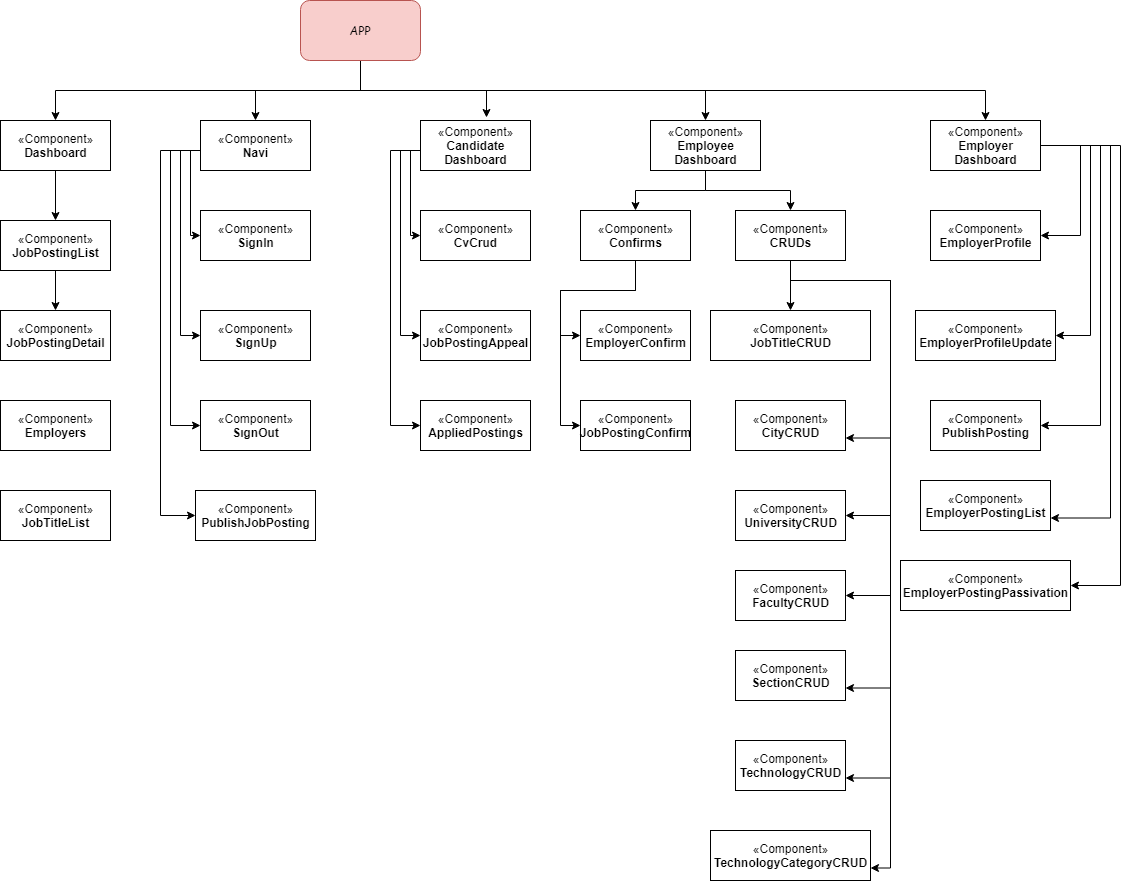
Above: hrms_react_components_diagram.png in cagatayalsancak/cagatayalsancak (draw.io), before the change. Source tidied: cells renumbered, new cells last; positions are measured from the earlier drawing's top-left corner, leaving out a move shared by most shapes.
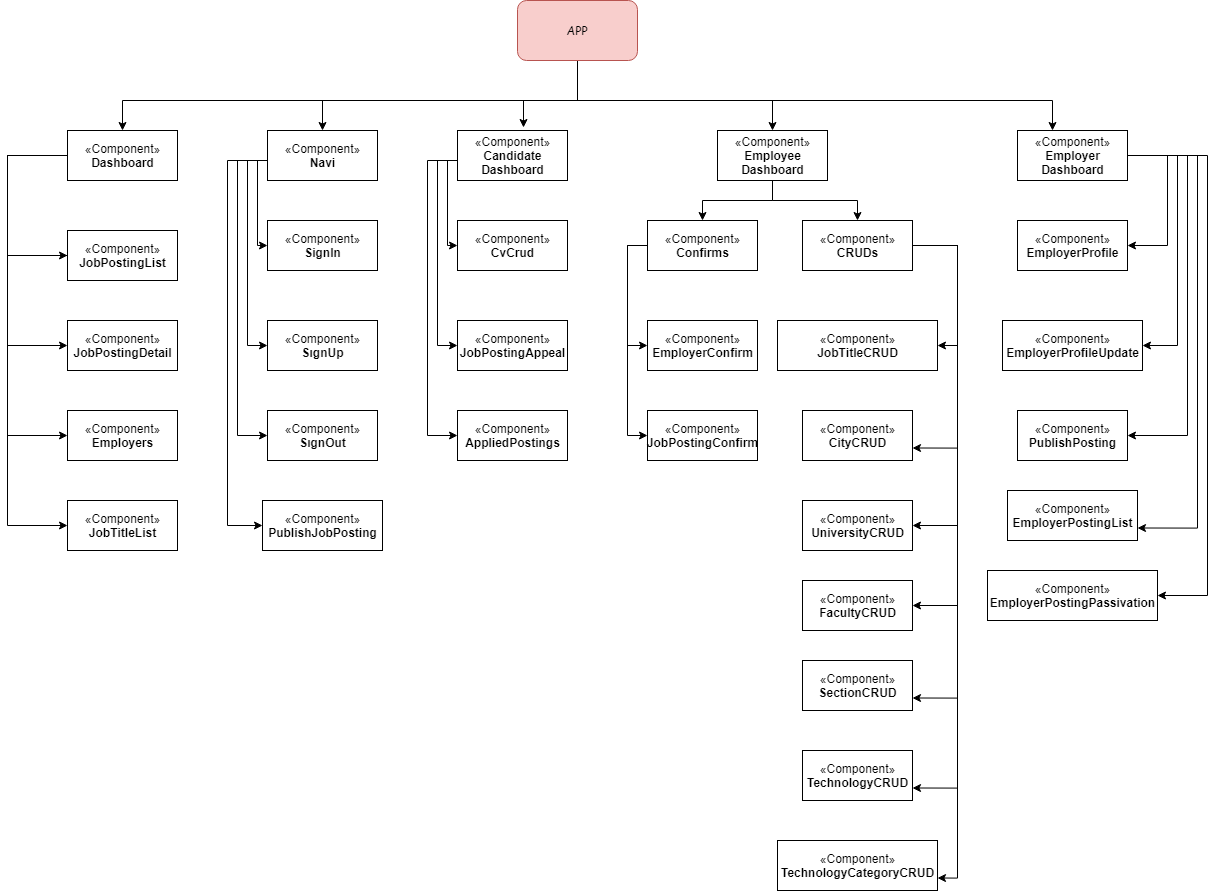
Above is the later version.

What changed in the source:
```diff
@@ -3,12 +3,17 @@
     <mxCell id="0" />
     <mxCell id="1" parent="0" />
     <mxCell id="2" style="edgeStyle=orthogonalEdgeStyle;rounded=0;jettySize=auto;html=1;entryX=0.5;entryY=0;entryDx=0;entryDy=0;" parent="1" edge="1" source="7" target="21">
-      <mxGeometry relative="1" as="geometry" />
+      <mxGeometry relative="1" as="geometry">
+        <Array as="points">
+          <mxPoint x="510" y="90" />
+          <mxPoint x="255" y="90" />
+        </Array>
+      </mxGeometry>
     </mxCell>
     <mxCell id="3" style="edgeStyle=orthogonalEdgeStyle;rounded=0;jettySize=auto;html=1;" parent="1" edge="1" source="7" target="9">
       <mxGeometry relative="1" as="geometry">
         <Array as="points">
-          <mxPoint x="360" y="90" />
+          <mxPoint x="510" y="90" />
           <mxPoint x="55" y="90" />
         </Array>
       </mxGeometry>
@@ -16,33 +21,59 @@
     <mxCell id="4" style="edgeStyle=orthogonalEdgeStyle;rounded=0;jettySize=auto;html=1;entryX=0.5;entryY=0;entryDx=0;entryDy=0;" parent="1" edge="1" source="7" target="14">
       <mxGeometry relative="1" as="geometry">
         <Array as="points">
-          <mxPoint x="360" y="90" />
+          <mxPoint x="510" y="90" />
           <mxPoint x="705" y="90" />
         </Array>
       </mxGeometry>
     </mxCell>
     <mxCell id="5" style="edgeStyle=orthogonalEdgeStyle;rounded=0;jettySize=auto;html=1;entryX=0.6;entryY=-0.06;entryDx=0;entryDy=0;entryPerimeter=0;" parent="1" edge="1" source="7" target="10">
-      <mxGeometry relative="1" as="geometry" />
+      <mxGeometry relative="1" as="geometry">
+        <Array as="points">
+          <mxPoint x="630" y="90" />
+          <mxPoint x="486" y="90" />
+        </Array>
+      </mxGeometry>
     </mxCell>
     <mxCell id="6" style="edgeStyle=orthogonalEdgeStyle;rounded=0;jettySize=auto;html=1;" parent="1" edge="1" source="7" target="52">
       <mxGeometry relative="1" as="geometry">
         <Array as="points">
-          <mxPoint x="360" y="90" />
+          <mxPoint x="510" y="90" />
           <mxPoint x="985" y="90" />
         </Array>
       </mxGeometry>
     </mxCell>
     <mxCell id="7" value="&lt;font face=&quot;Comic Sans MS&quot;&gt;APP&lt;/font&gt;" style="rounded=1;whiteSpace=wrap;html=1;fillColor=#f8cecc;strokeColor=#b85450;" parent="1" vertex="1">
-      <mxGeometry x="300" width="120" height="60" as="geometry" />
+      <mxGeometry x="450" y="-10" width="120" height="60" as="geometry" />
     </mxCell>
-    <mxCell id="8" style="edgeStyle=orthogonalEdgeStyle;rounded=0;jettySize=auto;html=1;entryX=0.5;entryY=0;entryDx=0;entryDy=0;" parent="1" edge="1" source="9" target="16">
-      <mxGeometry relative="1" as="geometry" />
+    <mxCell id="8" style="edgeStyle=orthogonalEdgeStyle;rounded=0;jettySize=auto;html=1;entryX=0;entryY=0.5;entryDx=0;entryDy=0;" parent="1" edge="1" source="9" target="16">
+      <mxGeometry relative="1" as="geometry">
+        <Array as="points">
+          <mxPoint x="-60" y="145" />
+          <mxPoint x="-60" y="245" />
+        </Array>
+      </mxGeometry>
     </mxCell>
+    <mxCell id="65" style="edgeStyle=orthogonalEdgeStyle;rounded=0;jettySize=auto;html=1;entryX=0;entryY=0.5;entryDx=0;entryDy=0;" parent="1" edge="1" source="9" target="23">
+      <mxGeometry relative="1" as="geometry">
+        <Array as="points">
+          <mxPoint x="-60" y="145" />
+          <mxPoint x="-60" y="425" />
+        </Array>
+      </mxGeometry>
+    </mxCell>
+    <mxCell id="66" style="edgeStyle=orthogonalEdgeStyle;rounded=0;jettySize=auto;html=1;entryX=0;entryY=0.5;entryDx=0;entryDy=0;" parent="1" edge="1" source="9" target="41">
+      <mxGeometry relative="1" as="geometry">
+        <Array as="points">
+          <mxPoint x="-60" y="145" />
+          <mxPoint x="-60" y="515" />
+        </Array>
+      </mxGeometry>
+    </mxCell>
     <mxCell id="9" value="«Component»&lt;br&gt;&lt;b&gt;Dashboard&lt;br&gt;&lt;/b&gt;" style="html=1;" parent="1" vertex="1">
       <mxGeometry y="120" width="110" height="50" as="geometry" />
     </mxCell>
     <mxCell id="10" value="«Component»&lt;br&gt;&lt;b&gt;Candidate&lt;br&gt;Dashboard&lt;br&gt;&lt;/b&gt;" style="html=1;" parent="1" vertex="1">
-      <mxGeometry x="420" y="120" width="110" height="50" as="geometry" />
+      <mxGeometry x="390" y="120" width="110" height="50" as="geometry" />
     </mxCell>
     <mxCell id="11" value="«Component»&lt;br&gt;&lt;b&gt;JobPostingDetail&lt;/b&gt;&lt;b&gt;&lt;br&gt;&lt;/b&gt;" style="html=1;" parent="1" vertex="1">
       <mxGeometry y="310" width="110" height="50" as="geometry" />
@@ -57,7 +88,12 @@
       <mxGeometry x="650" y="120" width="110" height="50" as="geometry" />
     </mxCell>
     <mxCell id="15" style="edgeStyle=orthogonalEdgeStyle;rounded=0;jettySize=auto;html=1;" parent="1" edge="1" source="16" target="11">
-      <mxGeometry relative="1" as="geometry" />
+      <mxGeometry relative="1" as="geometry">
+        <Array as="points">
+          <mxPoint x="-60" y="245" />
+          <mxPoint x="-60" y="335" />
+        </Array>
+      </mxGeometry>
     </mxCell>
     <mxCell id="16" value="«Component»&lt;br&gt;&lt;b&gt;JobPostingList&lt;br&gt;&lt;/b&gt;" style="html=1;" parent="1" vertex="1">
       <mxGeometry y="220" width="110" height="50" as="geometry" />
@@ -109,14 +145,18 @@
     <mxCell id="25" value="«Component»&lt;br&gt;&lt;b&gt;SıgnUp&lt;br&gt;&lt;/b&gt;" style="html=1;" parent="1" vertex="1">
       <mxGeometry x="200" y="310" width="110" height="50" as="geometry" />
     </mxCell>
-    <mxCell id="26" style="edgeStyle=orthogonalEdgeStyle;rounded=0;jettySize=auto;html=1;entryX=0.5;entryY=0;entryDx=0;entryDy=0;" parent="1" edge="1" source="33" target="61">
-      <mxGeometry relative="1" as="geometry" />
+    <mxCell id="26" style="edgeStyle=orthogonalEdgeStyle;rounded=0;jettySize=auto;html=1;entryX=1;entryY=0.5;entryDx=0;entryDy=0;" parent="1" edge="1" source="33" target="61">
+      <mxGeometry relative="1" as="geometry">
+        <Array as="points">
+          <mxPoint x="890" y="235" />
+          <mxPoint x="890" y="335" />
+        </Array>
+      </mxGeometry>
     </mxCell>
     <mxCell id="27" style="edgeStyle=orthogonalEdgeStyle;rounded=0;jettySize=auto;html=1;entryX=1;entryY=0.75;entryDx=0;entryDy=0;" parent="1" edge="1" source="33" target="44">
       <mxGeometry relative="1" as="geometry">
         <Array as="points">
-          <mxPoint x="790" y="280" />
-          <mxPoint x="890" y="280" />
+          <mxPoint x="890" y="235" />
           <mxPoint x="890" y="438" />
         </Array>
       </mxGeometry>
@@ -124,8 +164,7 @@
     <mxCell id="28" style="edgeStyle=orthogonalEdgeStyle;rounded=0;jettySize=auto;html=1;entryX=1;entryY=0.5;entryDx=0;entryDy=0;" parent="1" edge="1" source="33" target="43">
       <mxGeometry relative="1" as="geometry">
         <Array as="points">
-          <mxPoint x="790" y="280" />
-          <mxPoint x="890" y="280" />
+          <mxPoint x="890" y="235" />
           <mxPoint x="890" y="515" />
         </Array>
       </mxGeometry>
@@ -133,8 +172,7 @@
     <mxCell id="29" style="edgeStyle=orthogonalEdgeStyle;rounded=0;jettySize=auto;html=1;entryX=1;entryY=0.5;entryDx=0;entryDy=0;" parent="1" edge="1" source="33" target="40">
       <mxGeometry relative="1" as="geometry">
         <Array as="points">
-          <mxPoint x="790" y="280" />
-          <mxPoint x="890" y="280" />
+          <mxPoint x="890" y="235" />
           <mxPoint x="890" y="595" />
         </Array>
       </mxGeometry>
@@ -142,8 +180,7 @@
     <mxCell id="30" style="edgeStyle=orthogonalEdgeStyle;rounded=0;jettySize=auto;html=1;entryX=1;entryY=0.75;entryDx=0;entryDy=0;" parent="1" edge="1" source="33" target="53">
       <mxGeometry relative="1" as="geometry">
         <Array as="points">
-          <mxPoint x="790" y="280" />
-          <mxPoint x="890" y="280" />
+          <mxPoint x="890" y="235" />
           <mxPoint x="890" y="688" />
         </Array>
       </mxGeometry>
@@ -151,8 +188,7 @@
     <mxCell id="31" style="edgeStyle=orthogonalEdgeStyle;rounded=0;jettySize=auto;html=1;entryX=1;entryY=0.75;entryDx=0;entryDy=0;" parent="1" edge="1" source="33" target="54">
       <mxGeometry relative="1" as="geometry">
         <Array as="points">
-          <mxPoint x="790" y="280" />
-          <mxPoint x="890" y="280" />
+          <mxPoint x="890" y="235" />
           <mxPoint x="890" y="778" />
         </Array>
       </mxGeometry>
@@ -160,8 +196,7 @@
     <mxCell id="32" style="edgeStyle=orthogonalEdgeStyle;rounded=0;jettySize=auto;html=1;entryX=1;entryY=0.75;entryDx=0;entryDy=0;" parent="1" edge="1" source="33" target="55">
       <mxGeometry relative="1" as="geometry">
         <Array as="points">
-          <mxPoint x="790" y="280" />
-          <mxPoint x="890" y="280" />
+          <mxPoint x="890" y="235" />
           <mxPoint x="890" y="868" />
         </Array>
       </mxGeometry>
@@ -172,8 +207,7 @@
     <mxCell id="34" style="edgeStyle=orthogonalEdgeStyle;rounded=0;jettySize=auto;html=1;entryX=0;entryY=0.5;entryDx=0;entryDy=0;" parent="1" edge="1" source="36" target="46">
       <mxGeometry relative="1" as="geometry">
         <Array as="points">
-          <mxPoint x="635" y="290" />
-          <mxPoint x="560" y="290" />
+          <mxPoint x="560" y="235" />
           <mxPoint x="560" y="335" />
         </Array>
       </mxGeometry>
@@ -181,8 +215,7 @@
     <mxCell id="35" style="edgeStyle=orthogonalEdgeStyle;rounded=0;jettySize=auto;html=1;entryX=0;entryY=0.5;entryDx=0;entryDy=0;" parent="1" edge="1" source="36" target="45">
       <mxGeometry relative="1" as="geometry">
         <Array as="points">
-          <mxPoint x="635" y="290" />
-          <mxPoint x="560" y="290" />
+          <mxPoint x="560" y="235" />
           <mxPoint x="560" y="425" />
         </Array>
       </mxGeometry>
@@ -191,13 +224,13 @@
       <mxGeometry x="580" y="210" width="110" height="50" as="geometry" />
     </mxCell>
     <mxCell id="37" value="«Component»&lt;br&gt;&lt;b&gt;AppliedPostings&lt;br&gt;&lt;/b&gt;" style="html=1;" parent="1" vertex="1">
-      <mxGeometry x="420" y="400" width="110" height="50" as="geometry" />
+      <mxGeometry x="390" y="400" width="110" height="50" as="geometry" />
     </mxCell>
     <mxCell id="38" value="«Component»&lt;br&gt;&lt;b&gt;JobPostingAppeal&lt;br&gt;&lt;/b&gt;" style="html=1;" parent="1" vertex="1">
-      <mxGeometry x="420" y="310" width="110" height="50" as="geometry" />
+      <mxGeometry x="390" y="310" width="110" height="50" as="geometry" />
     </mxCell>
     <mxCell id="39" value="«Component»&lt;br&gt;&lt;b&gt;CvCrud&lt;br&gt;&lt;/b&gt;" style="html=1;" parent="1" vertex="1">
-      <mxGeometry x="420" y="210" width="110" height="50" as="geometry" />
+      <mxGeometry x="390" y="210" width="110" height="50" as="geometry" />
     </mxCell>
     <mxCell id="40" value="«Component»&lt;br&gt;&lt;b&gt;FacultyCRUD&lt;br&gt;&lt;/b&gt;" style="html=1;" parent="1" vertex="1">
       <mxGeometry x="735" y="570" width="110" height="50" as="geometry" />
@@ -223,45 +256,45 @@
     <mxCell id="47" style="edgeStyle=orthogonalEdgeStyle;rounded=0;jettySize=auto;html=1;exitX=1;exitY=0.5;exitDx=0;exitDy=0;entryX=1;entryY=0.5;entryDx=0;entryDy=0;" parent="1" edge="1" source="52" target="56">
       <mxGeometry relative="1" as="geometry">
         <Array as="points">
-          <mxPoint x="1100" y="145" />
-          <mxPoint x="1100" y="425" />
+          <mxPoint x="1120" y="145" />
+          <mxPoint x="1120" y="425" />
         </Array>
       </mxGeometry>
     </mxCell>
     <mxCell id="48" style="edgeStyle=orthogonalEdgeStyle;rounded=0;jettySize=auto;html=1;entryX=1;entryY=0.75;entryDx=0;entryDy=0;" parent="1" edge="1" source="52" target="59">
       <mxGeometry relative="1" as="geometry">
         <Array as="points">
-          <mxPoint x="1110" y="145" />
-          <mxPoint x="1110" y="518" />
+          <mxPoint x="1130" y="145" />
+          <mxPoint x="1130" y="518" />
         </Array>
       </mxGeometry>
     </mxCell>
     <mxCell id="49" style="edgeStyle=orthogonalEdgeStyle;rounded=0;jettySize=auto;html=1;entryX=1;entryY=0.5;entryDx=0;entryDy=0;" parent="1" edge="1" source="52" target="58">
       <mxGeometry relative="1" as="geometry">
         <Array as="points">
-          <mxPoint x="1080" y="145" />
-          <mxPoint x="1080" y="235" />
+          <mxPoint x="1100" y="145" />
+          <mxPoint x="1100" y="235" />
         </Array>
       </mxGeometry>
     </mxCell>
     <mxCell id="50" style="edgeStyle=orthogonalEdgeStyle;rounded=0;jettySize=auto;html=1;entryX=1;entryY=0.5;entryDx=0;entryDy=0;" parent="1" edge="1" source="52" target="57">
       <mxGeometry relative="1" as="geometry">
         <Array as="points">
-          <mxPoint x="1090" y="145" />
-          <mxPoint x="1090" y="335" />
+          <mxPoint x="1110" y="145" />
+          <mxPoint x="1110" y="335" />
         </Array>
       </mxGeometry>
     </mxCell>
     <mxCell id="51" style="edgeStyle=orthogonalEdgeStyle;rounded=0;jettySize=auto;html=1;entryX=1;entryY=0.5;entryDx=0;entryDy=0;" parent="1" edge="1" source="52" target="60">
       <mxGeometry relative="1" as="geometry">
         <Array as="points">
-          <mxPoint x="1120" y="145" />
-          <mxPoint x="1120" y="585" />
+          <mxPoint x="1140" y="145" />
+          <mxPoint x="1140" y="585" />
         </Array>
       </mxGeometry>
     </mxCell>
     <mxCell id="52" value="«Component»&lt;br&gt;&lt;b&gt;Employer&lt;br&gt;Dashboard&lt;br&gt;&lt;/b&gt;" style="html=1;" parent="1" vertex="1">
-      <mxGeometry x="930" y="120" width="110" height="50" as="geometry" />
+      <mxGeometry x="950" y="120" width="110" height="50" as="geometry" />
     </mxCell>
     <mxCell id="53" value="«Component»&lt;br&gt;&lt;b&gt;SectionCRUD&lt;br&gt;&lt;/b&gt;" style="html=1;" parent="1" vertex="1">
       <mxGeometry x="735" y="650" width="110" height="50" as="geometry" />
@@ -273,49 +306,49 @@
       <mxGeometry x="710" y="830" width="160" height="50" as="geometry" />
     </mxCell>
     <mxCell id="56" value="«Component»&lt;br&gt;&lt;b&gt;PublishPosting&lt;br&gt;&lt;/b&gt;" style="html=1;" parent="1" vertex="1">
-      <mxGeometry x="930" y="400" width="110" height="50" as="geometry" />
+      <mxGeometry x="950" y="400" width="110" height="50" as="geometry" />
     </mxCell>
     <mxCell id="57" value="«Component»&lt;br&gt;&lt;b&gt;EmployerProfileUpdate&lt;br&gt;&lt;/b&gt;" style="html=1;" parent="1" vertex="1">
-      <mxGeometry x="915" y="310" width="140" height="50" as="geometry" />
+      <mxGeometry x="935" y="310" width="140" height="50" as="geometry" />
     </mxCell>
     <mxCell id="58" value="«Component»&lt;br&gt;&lt;b&gt;EmployerProfile&lt;br&gt;&lt;/b&gt;" style="html=1;" parent="1" vertex="1">
-      <mxGeometry x="930" y="210" width="110" height="50" as="geometry" />
+      <mxGeometry x="950" y="210" width="110" height="50" as="geometry" />
     </mxCell>
     <mxCell id="59" value="«Component»&lt;br&gt;&lt;b&gt;EmployerPostingList&lt;br&gt;&lt;/b&gt;" style="html=1;" parent="1" vertex="1">
-      <mxGeometry x="920" y="480" width="130" height="50" as="geometry" />
+      <mxGeometry x="940" y="480" width="130" height="50" as="geometry" />
     </mxCell>
     <mxCell id="60" value="«Component»&lt;br&gt;&lt;b&gt;EmployerPostingPassivation&lt;br&gt;&lt;/b&gt;" style="html=1;" parent="1" vertex="1">
-      <mxGeometry x="900" y="560" width="170" height="50" as="geometry" />
+      <mxGeometry x="920" y="560" width="170" height="50" as="geometry" />
     </mxCell>
     <mxCell id="61" value="«Component»&lt;br&gt;&lt;b&gt;JobTitleCRUD&lt;br&gt;&lt;/b&gt;" style="html=1;" parent="1" vertex="1">
       <mxGeometry x="710" y="310" width="160" height="50" as="geometry" />
     </mxCell>
     <mxCell id="62" style="edgeStyle=orthogonalEdgeStyle;rounded=0;orthogonalLoop=1;jettySize=auto;html=1;entryX=0;entryY=0.5;entryDx=0;entryDy=0;" parent="1" edge="1">
       <mxGeometry relative="1" as="geometry">
-        <mxPoint x="410" y="150" as="sourcePoint" />
-        <mxPoint x="420" y="235" as="targetPoint" />
+        <mxPoint x="380" y="150" as="sourcePoint" />
+        <mxPoint x="390" y="235" as="targetPoint" />
         <Array as="points">
-          <mxPoint x="410" y="235" />
+          <mxPoint x="380" y="235" />
         </Array>
       </mxGeometry>
     </mxCell>
     <mxCell id="63" style="edgeStyle=orthogonalEdgeStyle;rounded=0;orthogonalLoop=1;jettySize=auto;html=1;entryX=0;entryY=0.5;entryDx=0;entryDy=0;" parent="1" edge="1">
       <mxGeometry relative="1" as="geometry">
-        <mxPoint x="420" y="150" as="sourcePoint" />
-        <mxPoint x="420" y="335" as="targetPoint" />
+        <mxPoint x="390" y="150" as="sourcePoint" />
+        <mxPoint x="390" y="335" as="targetPoint" />
         <Array as="points">
-          <mxPoint x="400" y="150" />
-          <mxPoint x="400" y="335" />
+          <mxPoint x="370" y="150" />
+          <mxPoint x="370" y="335" />
         </Array>
       </mxGeometry>
     </mxCell>
     <mxCell id="64" style="edgeStyle=orthogonalEdgeStyle;rounded=0;orthogonalLoop=1;jettySize=auto;html=1;entryX=0;entryY=0.5;entryDx=0;entryDy=0;" parent="1" edge="1">
       <mxGeometry relative="1" as="geometry">
-        <mxPoint x="420" y="150" as="sourcePoint" />
-        <mxPoint x="420" y="425" as="targetPoint" />
+        <mxPoint x="390" y="150" as="sourcePoint" />
+        <mxPoint x="390" y="425" as="targetPoint" />
         <Array as="points">
-          <mxPoint x="390" y="150" />
-          <mxPoint x="390" y="425" />
+          <mxPoint x="360" y="150" />
+          <mxPoint x="360" y="425" />
         </Array>
       </mxGeometry>
     </mxCell>
```
